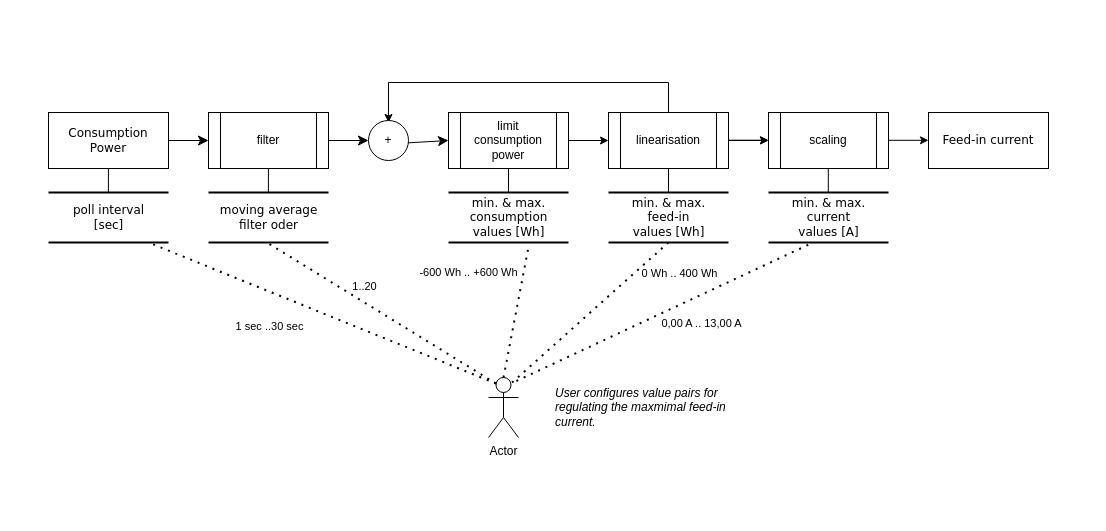
Earlier version of the draw.io diagram docs/images/processing.drawio (JoTid/PVZero). Source tidied: cells renumbered, new cells numbered last; positions are measured from the earlier drawing's top-left corner, leaving out a move shared by most shapes. Both pictures are drawn from the tidied source at 100%, with x=0, y=0 at pixel (48, 82).
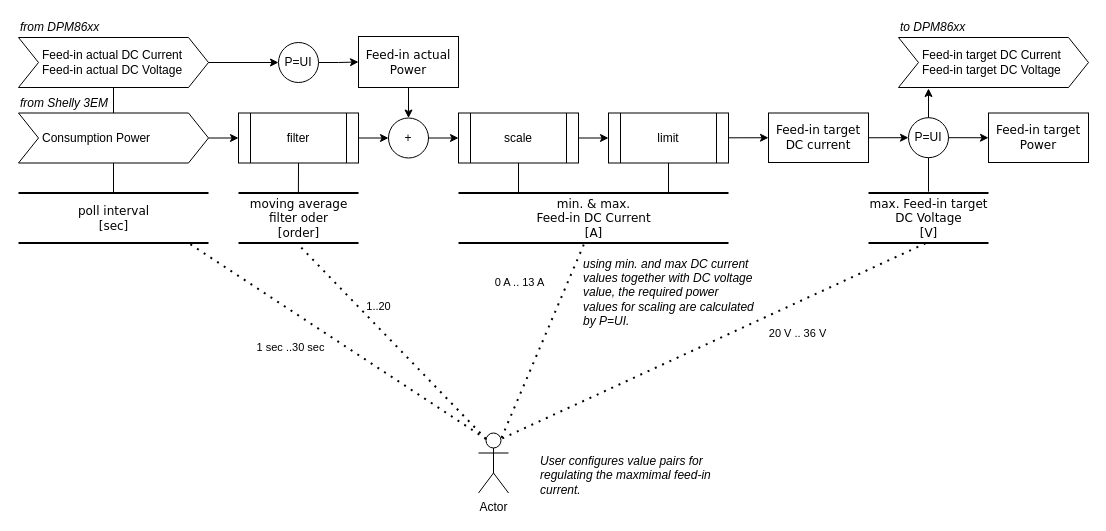
After the change.

The edit, as a diff of the source:
```diff
@@
-    <mxCell id="2" value="min. &amp;amp; max.&lt;br style=&quot;&quot;&gt;&lt;span style=&quot;&quot;&gt;feed-in&lt;br&gt;values [Wh]&lt;/span&gt;" style="html=1;rounded=0;shadow=0;comic=0;labelBackgroundColor=none;strokeWidth=2;fontFamily=Verdana;fontSize=12;align=center;shape=mxgraph.ios7ui.horLines;fillColor=none;" parent="1" vertex="1">
-      <mxGeometry x="560" y="110" width="120" height="50" as="geometry" />
+    <mxCell id="2" value="max. Feed-in target&lt;br&gt;DC Voltage&lt;br&gt;[V]" style="html=1;rounded=0;shadow=0;comic=0;labelBackgroundColor=none;strokeWidth=2;fontFamily=Verdana;fontSize=12;align=center;shape=mxgraph.ios7ui.horLines;fillColor=none;" parent="1" vertex="1">
+      <mxGeometry x="820" y="110.5" width="120" height="50" as="geometry" />
     </mxCell>
-    <mxCell id="3" style="edgeStyle=none;html=1;labelBackgroundColor=none;startFill=0;startSize=8;endFill=1;endSize=8;fontFamily=Verdana;fontSize=12;entryX=0;entryY=0.5;entryDx=0;entryDy=0;exitX=1;exitY=0.5;exitDx=0;exitDy=0;" parent="1" edge="1" source="7" target="37">
-      <mxGeometry relative="1" as="geometry" />
-    </mxCell>
-    <mxCell id="4" value="Consumption Power" style="whiteSpace=wrap;html=1;rounded=0;shadow=0;comic=0;labelBackgroundColor=none;strokeWidth=1;fontFamily=Verdana;fontSize=12;align=center;fillColor=none;" parent="1" vertex="1">
-      <mxGeometry y="30" width="120" height="56" as="geometry" />
-    </mxCell>
-    <mxCell id="5" value="min. &amp;amp; max.&lt;br style=&quot;&quot;&gt;&lt;span style=&quot;&quot;&gt;consumption&lt;br&gt;values [Wh]&lt;/span&gt;" style="html=1;rounded=0;shadow=0;comic=0;labelBackgroundColor=none;strokeWidth=2;fontFamily=Verdana;fontSize=12;align=center;shape=mxgraph.ios7ui.horLines;fillColor=none;" parent="1" vertex="1">
-      <mxGeometry x="400" y="110" width="120" height="50" as="geometry" />
-    </mxCell>
-    <mxCell id="6" style="edgeStyle=none;html=1;labelBackgroundColor=none;startFill=0;startSize=8;endFill=1;endSize=8;fontFamily=Verdana;fontSize=12;" parent="1" edge="1" source="4" target="7">
-      <mxGeometry relative="1" as="geometry" />
-    </mxCell>
     <mxCell id="7" value="filter" style="shape=process;whiteSpace=wrap;html=1;backgroundOutline=1;fillColor=none;" parent="1" vertex="1">
-      <mxGeometry x="160" y="30" width="120" height="56" as="geometry" />
+      <mxGeometry x="190" y="30.5" width="120" height="50" as="geometry" />
     </mxCell>
-    <mxCell id="8" value="limit&lt;br&gt;consumption&lt;br&gt;power" style="shape=process;whiteSpace=wrap;html=1;backgroundOutline=1;fillColor=none;" parent="1" vertex="1">
-      <mxGeometry x="400" y="30" width="120" height="56" as="geometry" />
-    </mxCell>
-    <mxCell id="9" style="edgeStyle=orthogonalEdgeStyle;rounded=0;jettySize=auto;html=1;" parent="1" edge="1" source="10" target="15">
-      <mxGeometry relative="1" as="geometry" />
+    <mxCell id="9" style="edgeStyle=orthogonalEdgeStyle;rounded=0;jettySize=auto;html=1;entryX=0;entryY=0.5;entryDx=0;entryDy=0;" parent="1" edge="1" target="18">
+      <mxGeometry relative="1" as="geometry">
+        <mxPoint x="680" y="58.4" as="sourcePoint" />
+        <Array as="points">
+          <mxPoint x="680" y="58.5" />
+          <mxPoint x="680" y="58.5" />
+        </Array>
+      </mxGeometry>
     </mxCell>
-    <mxCell id="10" value="linearisation" style="shape=process;whiteSpace=wrap;html=1;backgroundOutline=1;fillColor=none;" parent="1" vertex="1">
-      <mxGeometry x="560" y="30" width="120" height="56" as="geometry" />
-    </mxCell>
-    <mxCell id="11" style="endArrow=none;html=1;rounded=0;entryX=0.5;entryY=1;entryDx=0;entryDy=0;" parent="1" edge="1" target="8">
+    <mxCell id="11" style="endArrow=none;html=1;rounded=0;entryX=0.5;entryY=1;entryDx=0;entryDy=0;" parent="1" edge="1" target="41">
       <mxGeometry relative="1" as="geometry">
-        <mxPoint x="460" y="110" as="sourcePoint" />
+        <mxPoint x="470" y="110.5" as="sourcePoint" />
       </mxGeometry>
     </mxCell>
-    <mxCell id="12" style="endArrow=classic;html=1;rounded=0;exitX=1;exitY=0.5;exitDx=0;exitDy=0;entryX=0;entryY=0.5;entryDx=0;entryDy=0;" parent="1" edge="1" source="8" target="10">
-      <mxGeometry relative="1" as="geometry" />
-    </mxCell>
-    <mxCell id="13" style="endArrow=none;html=1;rounded=0;entryX=0.5;entryY=1;entryDx=0;entryDy=0;exitX=0.5;exitY=0;exitDx=0;exitDy=0;" parent="1" edge="1" target="10">
+    <mxCell id="13" style="endArrow=none;html=1;rounded=0;entryX=0.5;entryY=1;entryDx=0;entryDy=0;exitX=0.5;exitY=0;exitDx=0;exitDy=0;" parent="1" edge="1" target="50">
       <mxGeometry relative="1" as="geometry">
-        <mxPoint x="620" y="110" as="sourcePoint" />
+        <mxPoint x="620" y="110.5" as="sourcePoint" />
       </mxGeometry>
     </mxCell>
-    <mxCell id="14" style="endArrow=classic;html=1;rounded=0;exitX=1;exitY=0.5;exitDx=0;exitDy=0;entryX=0;entryY=0.5;entryDx=0;entryDy=0;" parent="1" edge="1">
-      <mxGeometry relative="1" as="geometry">
-        <mxPoint x="680" y="57.7" as="sourcePoint" />
-        <mxPoint x="720" y="57.7" as="targetPoint" />
-      </mxGeometry>
-    </mxCell>
-    <mxCell id="15" value="scaling" style="shape=process;whiteSpace=wrap;html=1;backgroundOutline=1;fillColor=none;" parent="1" vertex="1">
-      <mxGeometry x="720" y="30" width="120" height="56" as="geometry" />
-    </mxCell>
-    <mxCell id="16" value="min. &amp;amp; max.&lt;br style=&quot;&quot;&gt;&lt;span style=&quot;&quot;&gt;current&lt;br&gt;values [A]&lt;/span&gt;" style="html=1;rounded=0;shadow=0;comic=0;labelBackgroundColor=none;strokeWidth=2;fontFamily=Verdana;fontSize=12;align=center;shape=mxgraph.ios7ui.horLines;fillColor=none;" parent="1" vertex="1">
-      <mxGeometry x="720" y="110" width="120" height="50" as="geometry" />
+    <mxCell id="16" value="min. &amp;amp; max.&lt;br style=&quot;&quot;&gt;&lt;span style=&quot;&quot;&gt;Feed-in DC Current&lt;br&gt;[A]&lt;/span&gt;" style="html=1;rounded=0;shadow=0;comic=0;labelBackgroundColor=none;strokeWidth=2;fontFamily=Verdana;fontSize=12;align=center;shape=mxgraph.ios7ui.horLines;fillColor=none;" parent="1" vertex="1">
+      <mxGeometry x="410" y="110.5" width="270" height="50" as="geometry" />
     </mxCell>
-    <mxCell id="17" style="endArrow=none;html=1;rounded=0;entryX=0.5;entryY=1;entryDx=0;entryDy=0;exitX=0.5;exitY=0;exitDx=0;exitDy=0;" parent="1" edge="1">
-      <mxGeometry relative="1" as="geometry">
-        <mxPoint x="779.8" y="110" as="sourcePoint" />
-        <mxPoint x="779.8" y="86" as="targetPoint" />
-      </mxGeometry>
-    </mxCell>
-    <mxCell id="18" value="Feed-in current" style="whiteSpace=wrap;html=1;rounded=0;shadow=0;comic=0;labelBackgroundColor=none;strokeWidth=1;fontFamily=Verdana;fontSize=12;align=center;fillColor=none;" parent="1" vertex="1">
-      <mxGeometry x="880" y="30" width="120" height="56" as="geometry" />
+    <mxCell id="18" value="Feed-in target DC current" style="whiteSpace=wrap;html=1;rounded=0;shadow=0;comic=0;labelBackgroundColor=none;strokeWidth=1;fontFamily=Verdana;fontSize=12;align=center;fillColor=none;spacingLeft=0;" parent="1" vertex="1">
+      <mxGeometry x="720" y="30.5" width="100" height="49.5" as="geometry" />
     </mxCell>
-    <mxCell id="19" style="endArrow=classic;html=1;rounded=0;exitX=1;exitY=0.5;exitDx=0;exitDy=0;entryX=0;entryY=0.5;entryDx=0;entryDy=0;" parent="1" edge="1">
-      <mxGeometry relative="1" as="geometry">
-        <mxPoint x="840" y="57.8" as="sourcePoint" />
-        <mxPoint x="880" y="57.8" as="targetPoint" />
-      </mxGeometry>
-    </mxCell>
     <mxCell id="20" value="Actor" style="shape=umlActor;verticalLabelPosition=bottom;verticalAlign=top;html=1;outlineConnect=0;" parent="1" vertex="1">
-      <mxGeometry x="440" y="295" width="30" height="60" as="geometry" />
+      <mxGeometry x="430" y="350.5" width="30" height="60" as="geometry" />
     </mxCell>
-    <mxCell id="21" style="endArrow=none;dashed=1;html=1;dashPattern=1 3;strokeWidth=2;rounded=0;entryX=0.669;entryY=1.06;entryDx=0;entryDy=0;entryPerimeter=0;exitX=0.5;exitY=0;exitDx=0;exitDy=0;exitPerimeter=0;" parent="1" edge="1" source="20" target="5">
-      <mxGeometry relative="1" as="geometry" />
-    </mxCell>
-    <mxCell id="22" value="-600 Wh .. +600 Wh" style="edgeLabel;html=1;align=center;verticalAlign=middle;rotation=0;" parent="21" vertex="1">
-      <mxGeometry x="0.24" y="3" relative="1" as="geometry">
-        <mxPoint x="-48" y="-23" as="offset" />
-      </mxGeometry>
-    </mxCell>
-    <mxCell id="23" style="endArrow=none;dashed=1;html=1;dashPattern=1 3;strokeWidth=2;rounded=0;exitX=0.331;exitY=1.047;exitDx=0;exitDy=0;exitPerimeter=0;entryX=0.75;entryY=0.1;entryDx=0;entryDy=0;entryPerimeter=0;" parent="1" edge="1" source="16" target="20">
+    <mxCell id="23" style="endArrow=none;dashed=1;html=1;dashPattern=1 3;strokeWidth=2;rounded=0;exitX=0.464;exitY=1.031;exitDx=0;exitDy=0;exitPerimeter=0;entryX=0.75;entryY=0.1;entryDx=0;entryDy=0;entryPerimeter=0;" parent="1" edge="1" source="16" target="20">
       <mxGeometry relative="1" as="geometry" />
     </mxCell>
-    <mxCell id="24" value="0,00 A .. 13,00 A" style="edgeLabel;html=1;align=center;verticalAlign=middle;" parent="23" vertex="1">
+    <mxCell id="24" value="0 A .. 13 A" style="edgeLabel;html=1;align=center;verticalAlign=middle;" parent="23" vertex="1">
       <mxGeometry x="-0.05" y="-1" relative="1" as="geometry">
-        <mxPoint x="35" y="13" as="offset" />
+        <mxPoint x="-25" y="-54" as="offset" />
       </mxGeometry>
     </mxCell>
-    <mxCell id="25" style="endArrow=none;dashed=1;html=1;dashPattern=1 3;strokeWidth=2;rounded=0;exitX=0.331;exitY=1.047;exitDx=0;exitDy=0;exitPerimeter=0;entryX=0.75;entryY=0.1;entryDx=0;entryDy=0;entryPerimeter=0;" parent="1" edge="1" target="20">
-      <mxGeometry relative="1" as="geometry">
-        <mxPoint x="620" y="160" as="sourcePoint" />
-      </mxGeometry>
-    </mxCell>
-    <mxCell id="26" value="0 Wh .. 400 Wh" style="edgeLabel;html=1;align=center;verticalAlign=middle;" parent="1" vertex="1">
-      <mxGeometry x="630" y="190" as="geometry" />
-    </mxCell>
     <mxCell id="27" value="User configures value pairs for regulating the maxmimal feed-in current." style="text;html=1;strokeColor=none;fillColor=none;align=left;verticalAlign=middle;whiteSpace=wrap;rounded=0;fontStyle=2;" parent="1" vertex="1">
-      <mxGeometry x="505" y="302.5" width="175" height="45" as="geometry" />
+      <mxGeometry x="490" y="370.5" width="175" height="45" as="geometry" />
     </mxCell>
-    <mxCell id="28" value="moving average &lt;br&gt;filter oder" style="html=1;rounded=0;shadow=0;comic=0;labelBackgroundColor=none;strokeWidth=2;fontFamily=Verdana;fontSize=12;align=center;shape=mxgraph.ios7ui.horLines;fillColor=none;" parent="1" vertex="1">
-      <mxGeometry x="160" y="110" width="120" height="50" as="geometry" />
+    <mxCell id="28" value="moving average &lt;br&gt;filter oder&lt;br&gt;[order]" style="html=1;rounded=0;shadow=0;comic=0;labelBackgroundColor=none;strokeWidth=2;fontFamily=Verdana;fontSize=12;align=center;shape=mxgraph.ios7ui.horLines;fillColor=none;" parent="1" vertex="1">
+      <mxGeometry x="190" y="110.5" width="120" height="50" as="geometry" />
     </mxCell>
@@
-    <mxCell id="31" style="endArrow=none;html=1;rounded=0;entryX=0.5;entryY=1;entryDx=0;entryDy=0;" parent="1" edge="1">
+    <mxCell id="31" style="endArrow=none;html=1;rounded=0;entryX=0.5;entryY=1;entryDx=0;entryDy=0;" parent="1" edge="1" target="7">
       <mxGeometry relative="1" as="geometry">
-        <mxPoint x="219.9" y="110" as="sourcePoint" />
-        <mxPoint x="219.9" y="86" as="targetPoint" />
+        <mxPoint x="249.9" y="110.5" as="sourcePoint" />
       </mxGeometry>
     </mxCell>
     <mxCell id="32" value="poll interval&lt;br&gt;[sec]" style="html=1;rounded=0;shadow=0;comic=0;labelBackgroundColor=none;strokeWidth=2;fontFamily=Verdana;fontSize=12;align=center;shape=mxgraph.ios7ui.horLines;fillColor=none;" parent="1" vertex="1">
-      <mxGeometry y="110" width="120" height="50" as="geometry" />
+      <mxGeometry x="-30" y="110.5" width="190" height="50" as="geometry" />
     </mxCell>
     <mxCell id="33" style="endArrow=none;dashed=1;html=1;dashPattern=1 3;strokeWidth=2;rounded=0;entryX=0.485;entryY=0.997;entryDx=0;entryDy=0;entryPerimeter=0;exitX=0.25;exitY=0.1;exitDx=0;exitDy=0;exitPerimeter=0;" parent="1" edge="1" source="20">
       <mxGeometry relative="1" as="geometry">
-        <mxPoint x="100" y="160" as="targetPoint" />
+        <mxPoint x="140" y="160.5" as="targetPoint" />
       </mxGeometry>
     </mxCell>
@@
-    <mxCell id="35" style="endArrow=none;html=1;rounded=0;entryX=0.5;entryY=1;entryDx=0;entryDy=0;" parent="1" edge="1">
+    <mxCell id="35" style="endArrow=none;html=1;rounded=0;entryX=0.5;entryY=1;entryDx=0;entryDy=0;" parent="1" edge="1" target="4">
       <mxGeometry relative="1" as="geometry">
-        <mxPoint x="59.9" y="110" as="sourcePoint" />
-        <mxPoint x="59.9" y="86" as="targetPoint" />
+        <mxPoint x="65" y="110" as="sourcePoint" />
       </mxGeometry>
     </mxCell>
-    <mxCell id="36" style="endArrow=classic;html=1;rounded=0;exitX=0.5;exitY=0;exitDx=0;exitDy=0;" parent="1" edge="1" source="10">
-      <mxGeometry relative="1" as="geometry">
-        <mxPoint x="340" y="40" as="targetPoint" />
-        <Array as="points">
-          <mxPoint x="620" />
-          <mxPoint x="340" />
-        </Array>
-      </mxGeometry>
+    <mxCell id="36" style="endArrow=classic;html=1;rounded=0;entryX=0.5;entryY=0;entryDx=0;entryDy=0;exitX=0.5;exitY=1;exitDx=0;exitDy=0;" parent="1" edge="1" source="45" target="37">
+      <mxGeometry relative="1" as="geometry" />
     </mxCell>
     <mxCell id="37" value="+" style="ellipse;whiteSpace=wrap;html=1;" parent="1" vertex="1">
-      <mxGeometry x="320" y="38" width="40" height="40" as="geometry" />
+      <mxGeometry x="340" y="35.5" width="40" height="40" as="geometry" />
     </mxCell>
-    <mxCell id="38" style="edgeStyle=none;html=1;labelBackgroundColor=none;startFill=0;startSize=8;endFill=1;endSize=8;fontFamily=Verdana;fontSize=12;entryX=0;entryY=0.5;entryDx=0;entryDy=0;" parent="1" edge="1" source="37" target="8">
-      <mxGeometry relative="1" as="geometry" />
-    </mxCell>
+    <mxCell id="39" style="edgeStyle=orthogonalEdgeStyle;rounded=0;jettySize=auto;html=1;exitX=1;exitY=0.5;exitDx=0;exitDy=0;entryX=0;entryY=0.5;entryDx=0;entryDy=0;" parent="1" edge="1" source="40" target="45">
+      <mxGeometry relative="1" as="geometry" />
+    </mxCell>
+    <mxCell id="40" value="P=UI" style="ellipse;whiteSpace=wrap;html=1;" parent="1" vertex="1">
+      <mxGeometry x="230" y="-40" width="40" height="40" as="geometry" />
+    </mxCell>
+    <mxCell id="41" value="scale" style="shape=process;whiteSpace=wrap;html=1;backgroundOutline=1;fillColor=none;" parent="1" vertex="1">
+      <mxGeometry x="410" y="30.5" width="120" height="50" as="geometry" />
+    </mxCell>
+    <mxCell id="42" style="endArrow=none;dashed=1;html=1;dashPattern=1 3;strokeWidth=2;rounded=0;exitX=0.475;exitY=1.007;exitDx=0;exitDy=0;exitPerimeter=0;entryX=0.75;entryY=0.1;entryDx=0;entryDy=0;entryPerimeter=0;" parent="1" edge="1" source="2" target="20">
+      <mxGeometry relative="1" as="geometry" />
+    </mxCell>
+    <mxCell id="43" value="20 V .. 36 V" style="edgeLabel;html=1;align=center;verticalAlign=middle;" parent="42" vertex="1">
+      <mxGeometry x="-0.05" y="-1" relative="1" as="geometry">
+        <mxPoint x="74" y="-2" as="offset" />
+      </mxGeometry>
+    </mxCell>
+    <mxCell id="4" value="Consumption Power" style="shape=step;perimeter=stepPerimeter;whiteSpace=wrap;html=1;fixedSize=1;spacingLeft=22;align=left;" parent="1" vertex="1">
+      <mxGeometry x="-30" y="30.5" width="190" height="50" as="geometry" />
+    </mxCell>
+    <mxCell id="44" value="Feed-in actual DC Current&lt;br&gt;Feed-in actual DC Voltage" style="shape=step;perimeter=stepPerimeter;whiteSpace=wrap;html=1;fixedSize=1;align=left;spacingLeft=22;" parent="1" vertex="1">
+      <mxGeometry x="-30" y="-45" width="190" height="50" as="geometry" />
+    </mxCell>
+    <mxCell id="45" value="Feed-in actual&lt;br&gt;Power" style="whiteSpace=wrap;html=1;rounded=0;shadow=0;comic=0;labelBackgroundColor=none;strokeWidth=1;fontFamily=Verdana;fontSize=12;align=center;fillColor=none;" parent="1" vertex="1">
+      <mxGeometry x="310" y="-46" width="100" height="51" as="geometry" />
+    </mxCell>
+    <mxCell id="46" style="endArrow=classic;html=1;rounded=0;exitX=1;exitY=0.5;exitDx=0;exitDy=0;entryX=0;entryY=0.5;entryDx=0;entryDy=0;" parent="1" edge="1" source="37" target="41">
+      <mxGeometry relative="1" as="geometry" />
+    </mxCell>
+    <mxCell id="3" style="endArrow=classic;html=1;rounded=0;exitX=1;exitY=0.5;exitDx=0;exitDy=0;entryX=0;entryY=0.5;entryDx=0;entryDy=0;" parent="1" edge="1" source="7" target="37">
+      <mxGeometry relative="1" as="geometry" />
+    </mxCell>
+    <mxCell id="47" style="endArrow=classic;html=1;rounded=0;exitX=1;exitY=0.5;exitDx=0;exitDy=0;entryX=0;entryY=0.5;entryDx=0;entryDy=0;" parent="1" edge="1" source="44" target="40">
+      <mxGeometry relative="1" as="geometry" />
+    </mxCell>
+    <mxCell id="6" style="endArrow=classic;html=1;rounded=0;exitX=1;exitY=0.5;exitDx=0;exitDy=0;entryX=0;entryY=0.5;entryDx=0;entryDy=0;" parent="1" edge="1" source="4" target="7">
+      <mxGeometry relative="1" as="geometry" />
+    </mxCell>
+    <mxCell id="48" value="Feed-in target&lt;br&gt;Power" style="whiteSpace=wrap;html=1;rounded=0;shadow=0;comic=0;labelBackgroundColor=none;strokeWidth=1;fontFamily=Verdana;fontSize=12;align=center;fillColor=none;spacingLeft=0;" parent="1" vertex="1">
+      <mxGeometry x="940" y="30.5" width="100" height="49.5" as="geometry" />
+    </mxCell>
+    <mxCell id="49" value="P=UI" style="ellipse;whiteSpace=wrap;html=1;" parent="1" vertex="1">
+      <mxGeometry x="860" y="35.2" width="40" height="40" as="geometry" />
+    </mxCell>
+    <mxCell id="50" value="limit" style="shape=process;whiteSpace=wrap;html=1;backgroundOutline=1;fillColor=none;" parent="1" vertex="1">
+      <mxGeometry x="560" y="30.5" width="120" height="50" as="geometry" />
+    </mxCell>
+    <mxCell id="51" style="endArrow=classic;html=1;rounded=0;exitX=1;exitY=0.5;exitDx=0;exitDy=0;entryX=0;entryY=0.5;entryDx=0;entryDy=0;" parent="1" edge="1" source="18" target="49">
+      <mxGeometry relative="1" as="geometry" />
+    </mxCell>
+    <mxCell id="52" style="endArrow=classic;html=1;rounded=0;entryX=0;entryY=0.5;entryDx=0;entryDy=0;exitX=1;exitY=0.5;exitDx=0;exitDy=0;" parent="1" edge="1" source="49" target="48">
+      <mxGeometry relative="1" as="geometry" />
+    </mxCell>
+    <mxCell id="53" style="endArrow=none;html=1;rounded=0;entryX=0.5;entryY=1;entryDx=0;entryDy=0;exitX=0.5;exitY=-0.027;exitDx=0;exitDy=0;exitPerimeter=0;" parent="1" edge="1" source="2" target="49">
+      <mxGeometry relative="1" as="geometry" />
+    </mxCell>
+    <mxCell id="54" style="endArrow=none;html=1;rounded=0;entryX=0.5;entryY=1;entryDx=0;entryDy=0;exitX=0.5;exitY=0;exitDx=0;exitDy=0;" parent="1" edge="1" source="4" target="44">
+      <mxGeometry relative="1" as="geometry" />
+    </mxCell>
+    <mxCell id="55" style="endArrow=classic;html=1;rounded=0;entryX=0;entryY=0.5;entryDx=0;entryDy=0;exitX=1;exitY=0.5;exitDx=0;exitDy=0;" parent="1" edge="1" source="41" target="50">
+      <mxGeometry relative="1" as="geometry" />
+    </mxCell>
+    <mxCell id="56" value="using min. and max DC current values together with DC voltage value, the required power values for scaling are calculated by P=UI." style="text;html=1;strokeColor=none;fillColor=none;align=left;verticalAlign=middle;whiteSpace=wrap;rounded=0;fontStyle=2;" parent="1" vertex="1">
+      <mxGeometry x="532.5" y="170" width="175" height="80" as="geometry" />
+    </mxCell>
+    <mxCell id="57" value="Feed-in target DC Current&lt;br style=&quot;border-color: var(--border-color);&quot;&gt;Feed-in target DC Voltage" style="shape=step;perimeter=stepPerimeter;whiteSpace=wrap;html=1;fixedSize=1;spacingLeft=22;align=left;" parent="1" vertex="1">
+      <mxGeometry x="850" y="-45" width="190" height="50" as="geometry" />
+    </mxCell>
+    <mxCell id="58" style="endArrow=classic;html=1;rounded=0;exitX=0.5;exitY=0;exitDx=0;exitDy=0;" parent="1" edge="1" source="49">
+      <mxGeometry relative="1" as="geometry">
+        <mxPoint x="880" y="6" as="targetPoint" />
+      </mxGeometry>
+    </mxCell>
+    <mxCell id="59" value="&lt;i&gt;to DPM86xx&lt;/i&gt;" style="text;html=1;align=left;verticalAlign=middle;whiteSpace=wrap;rounded=0;" parent="1" vertex="1">
+      <mxGeometry x="850" y="-65" width="110" height="20" as="geometry" />
+    </mxCell>
+    <mxCell id="60" value="&lt;i&gt;from DPM86xx&lt;/i&gt;" style="text;html=1;align=left;verticalAlign=middle;whiteSpace=wrap;rounded=0;" parent="1" vertex="1">
+      <mxGeometry x="-30" y="-65" width="110" height="20" as="geometry" />
+    </mxCell>
+    <mxCell id="61" value="&lt;i&gt;from Shelly 3EM&lt;/i&gt;" style="text;html=1;align=left;verticalAlign=middle;whiteSpace=wrap;rounded=0;" parent="1" vertex="1">
+      <mxGeometry x="-30" y="10.5" width="110" height="20" as="geometry" />
+    </mxCell>
```
